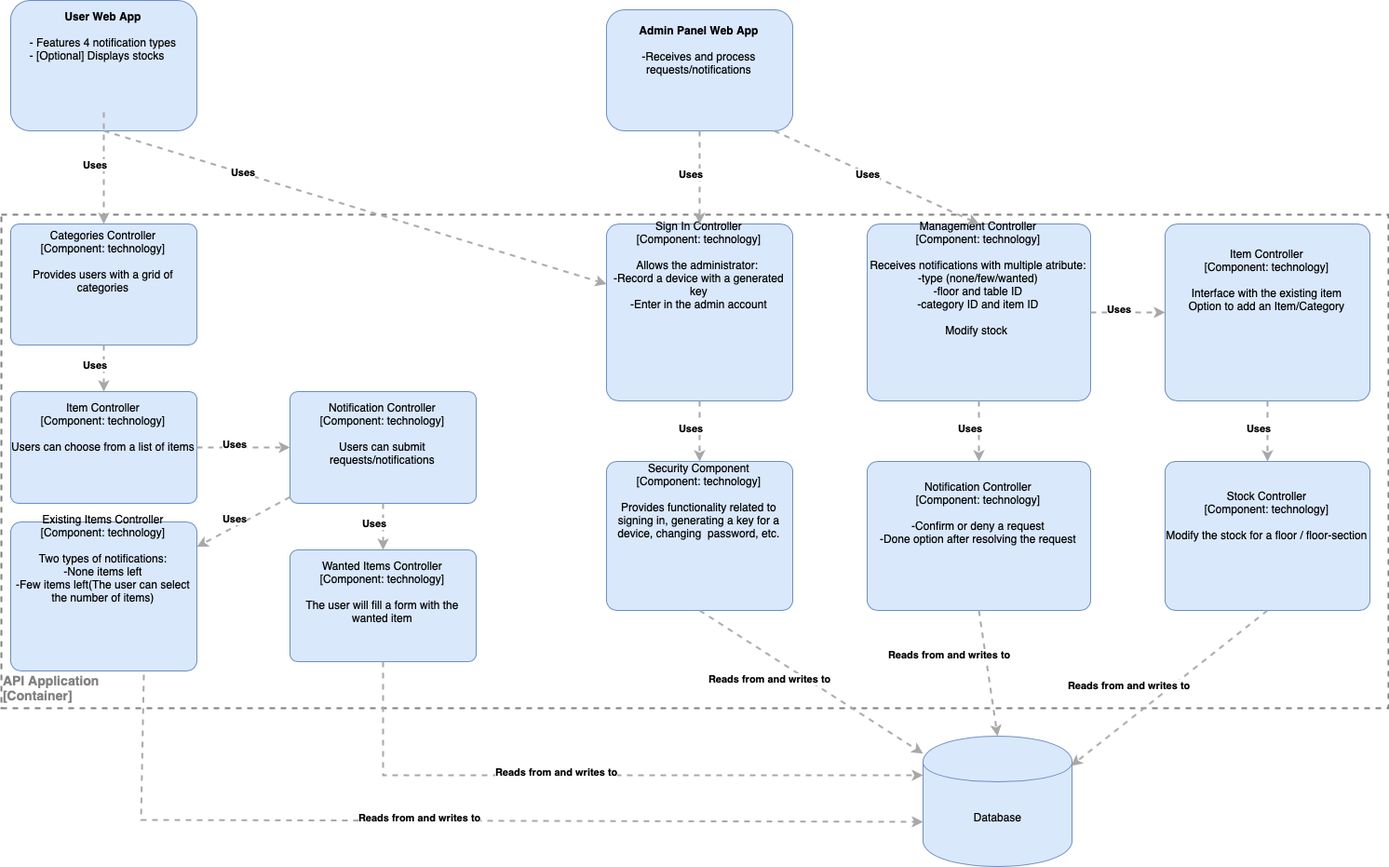
The draw.io diagram C4 Diagram/L3.png in vladbarbu/FratiiBrothers, before a commit. Source tidied: cells renumbered, new cells last; positions are measured from the earlier drawing's top-left corner, leaving out a move shared by most shapes.
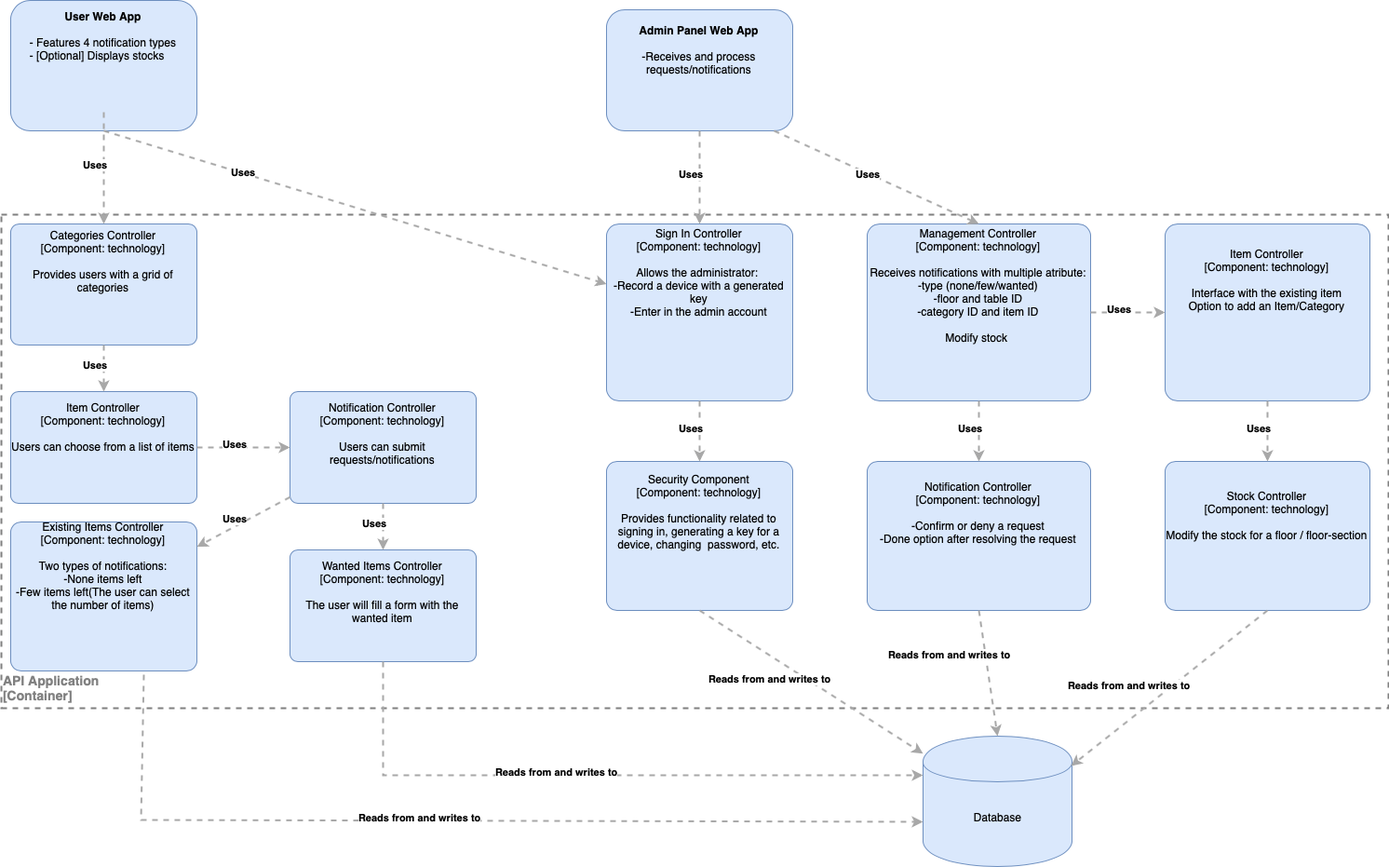
Later version of the same file.

Diff of the diagram source:
```diff
@@ -11,7 +11,7 @@
     <mxCell id="4" value="&lt;b&gt;&lt;font color=&quot;#808080&quot; style=&quot;font-size: 14px&quot;&gt;API Application&lt;br&gt;[Container]&lt;br&gt;&lt;/font&gt;&lt;/b&gt;" style="text;html=1;align=left;verticalAlign=top;spacingTop=-4;" parent="1" vertex="1">
       <mxGeometry y="720" width="150" height="30" as="geometry" />
     </mxCell>
-    <object id="5" label="Sign In Controller&lt;div&gt;[Component: technology]&lt;/div&gt;&lt;div&gt;&lt;br&gt;&lt;/div&gt;&lt;div&gt;Allows the administrator:&amp;nbsp;&lt;/div&gt;&lt;div&gt;&lt;span style=&quot;font-size: 12px&quot;&gt;-Record a device with a generated key&lt;/span&gt;&lt;br&gt;&lt;/div&gt;&lt;div&gt;-Enter in the admin account&lt;/div&gt;" c4Description="Beschreibung" c4Name="name" c4Type="SoftwareSystem" placeholders="1">
+    <object id="5" label="&lt;br&gt;&lt;br&gt;Sign In Controller&lt;div&gt;[Component: technology]&lt;/div&gt;&lt;div&gt;&lt;br&gt;&lt;/div&gt;&lt;div&gt;Allows the administrator:&amp;nbsp;&lt;/div&gt;&lt;div&gt;&lt;span style=&quot;font-size: 12px&quot;&gt;-Record a device with a generated key&lt;/span&gt;&lt;br&gt;&lt;/div&gt;&lt;div&gt;-Enter in the admin account&lt;/div&gt;" c4Description="Beschreibung" c4Name="name" c4Type="SoftwareSystem" placeholders="1">
       <mxCell style="rounded=1;whiteSpace=wrap;html=1;labelBackgroundColor=none;fillColor=#dae8fc;fontColor=#000000;align=center;arcSize=7;strokeColor=#6c8ebf;" parent="1" vertex="1">
         <mxGeometry x="650" y="240" width="200" height="190" as="geometry" />
       </mxCell>
@@ -19,7 +19,7 @@
     <mxCell id="6" value="&lt;div style=&quot;text-align: left&quot;&gt;&lt;div style=&quot;text-align: center&quot;&gt;&lt;b&gt;Uses&lt;/b&gt;&lt;/div&gt;&lt;/div&gt;" style="edgeStyle=none;rounded=0;html=1;jettySize=auto;strokeColor=#A8A8A8;strokeWidth=2;fontColor=#000000;jumpStyle=none;dashed=1;exitX=0.5;exitY=1;exitDx=0;exitDy=0;" parent="1" edge="1" source="3" target="5">
       <mxGeometry x="-0.41" relative="1" as="geometry" />
     </mxCell>
-    <object id="7" label="Security Component&lt;br&gt;&lt;div&gt;[Component:&amp;nbsp;&lt;span&gt;technology&lt;/span&gt;&lt;span&gt;]&lt;/span&gt;&lt;/div&gt;&lt;div&gt;&lt;br&gt;&lt;/div&gt;&lt;div&gt;Provides functionality related to signing in, generating a key for a device, changing &amp;nbsp;password, etc.&lt;/div&gt;" c4Description="Beschreibung" c4Name="name" c4Technology="technology" c4Type="Component" placeholders="1">
+    <object id="7" label="&lt;br&gt;&lt;br&gt;&lt;br&gt;Security Component&lt;br&gt;&lt;div&gt;[Component:&amp;nbsp;&lt;span&gt;technology&lt;/span&gt;&lt;span&gt;]&lt;/span&gt;&lt;/div&gt;&lt;div&gt;&lt;br&gt;&lt;/div&gt;&lt;div&gt;Provides functionality related to signing in, generating a key for a device, changing &amp;nbsp;password, etc.&lt;/div&gt;" c4Description="Beschreibung" c4Name="name" c4Technology="technology" c4Type="Component" placeholders="1">
       <mxCell style="rounded=1;whiteSpace=wrap;html=1;labelBackgroundColor=none;fillColor=#dae8fc;fontColor=#000000;align=center;arcSize=7;strokeColor=#6c8ebf;" parent="1" vertex="1">
         <mxGeometry x="650" y="495" width="200" height="160" as="geometry" />
       </mxCell>
@@ -61,7 +61,7 @@
     <mxCell id="16" value="&lt;div style=&quot;text-align: left&quot;&gt;&lt;div style=&quot;text-align: center&quot;&gt;&lt;b&gt;Uses&lt;/b&gt;&lt;/div&gt;&lt;/div&gt;" style="edgeStyle=none;rounded=0;html=1;jettySize=auto;strokeColor=#A8A8A8;strokeWidth=2;fontColor=#000000;jumpStyle=none;dashed=1;exitX=1;exitY=0.5;exitDx=0;exitDy=0;" parent="1" edge="1" source="13" target="15">
       <mxGeometry relative="1" as="geometry" />
     </mxCell>
-    <object id="17" label="&lt;span&gt;Existing Items Controller&lt;/span&gt;&lt;div&gt;[Component:&amp;nbsp;&lt;span&gt;technology&lt;/span&gt;&lt;span&gt;]&lt;/span&gt;&lt;/div&gt;&lt;div&gt;&lt;br&gt;&lt;/div&gt;&lt;div&gt;Two types of notifications:&lt;/div&gt;&lt;div&gt;-None items left&lt;/div&gt;&lt;div&gt;-Few items left(The user can select the number of items)&lt;/div&gt;" c4Description="Beschreibung" c4Name="name" c4Technology="technology" c4Type="Component" placeholders="1">
+    <object id="17" label="&lt;span&gt;&lt;br&gt;&lt;br&gt;Existing Items Controller&lt;/span&gt;&lt;div&gt;[Component:&amp;nbsp;&lt;span&gt;technology&lt;/span&gt;&lt;span&gt;]&lt;/span&gt;&lt;/div&gt;&lt;div&gt;&lt;br&gt;&lt;/div&gt;&lt;div&gt;Two types of notifications:&lt;/div&gt;&lt;div&gt;-None items left&lt;/div&gt;&lt;div&gt;-Few items left(The user can select the number of items)&lt;/div&gt;" c4Description="Beschreibung" c4Name="name" c4Technology="technology" c4Type="Component" placeholders="1">
       <mxCell style="rounded=1;whiteSpace=wrap;html=1;labelBackgroundColor=none;fillColor=#dae8fc;fontColor=#000000;align=center;arcSize=7;strokeColor=#6c8ebf;" parent="1" vertex="1">
         <mxGeometry x="10" y="560" width="200" height="160" as="geometry" />
       </mxCell>
@@ -83,7 +83,7 @@
     <mxCell id="22" value="&lt;div style=&quot;text-align: left&quot;&gt;&lt;div style=&quot;text-align: center&quot;&gt;&lt;b&gt;Uses&lt;/b&gt;&lt;/div&gt;&lt;/div&gt;" style="edgeStyle=none;rounded=0;html=1;jettySize=auto;strokeColor=#A8A8A8;strokeWidth=2;fontColor=#000000;jumpStyle=none;dashed=1;exitX=0.5;exitY=1;exitDx=0;exitDy=0;" parent="1" edge="1" source="21" target="5">
       <mxGeometry relative="1" as="geometry" />
     </mxCell>
-    <object id="23" label="Management Controller&lt;div&gt;[Component: technology]&lt;/div&gt;&lt;div&gt;&lt;br&gt;&lt;/div&gt;&lt;div&gt;Receives notifications with multiple atribute:&lt;/div&gt;&lt;div&gt;-type (none/few/wanted)&lt;/div&gt;&lt;div&gt;-floor and table ID&lt;/div&gt;&lt;div&gt;-category ID and item ID&lt;/div&gt;&lt;div&gt;&lt;br&gt;&lt;/div&gt;&lt;div&gt;Modify stock&amp;nbsp;&lt;/div&gt;" c4Description="Beschreibung" c4Name="name" c4Type="SoftwareSystem" placeholders="1">
+    <object id="23" label="&lt;br&gt;&lt;br&gt;Management Controller&lt;div&gt;[Component: technology]&lt;/div&gt;&lt;div&gt;&lt;br&gt;&lt;/div&gt;&lt;div&gt;Receives notifications with multiple atribute:&lt;/div&gt;&lt;div&gt;-type (none/few/wanted)&lt;/div&gt;&lt;div&gt;-floor and table ID&lt;/div&gt;&lt;div&gt;-category ID and item ID&lt;/div&gt;&lt;div&gt;&lt;br&gt;&lt;/div&gt;&lt;div&gt;Modify stock&amp;nbsp;&lt;/div&gt;" c4Description="Beschreibung" c4Name="name" c4Type="SoftwareSystem" placeholders="1">
       <mxCell style="rounded=1;whiteSpace=wrap;html=1;labelBackgroundColor=none;fillColor=#dae8fc;fontColor=#000000;align=center;arcSize=7;strokeColor=#6c8ebf;" parent="1" vertex="1">
         <mxGeometry x="930" y="240" width="240" height="190" as="geometry" />
       </mxCell>
```
